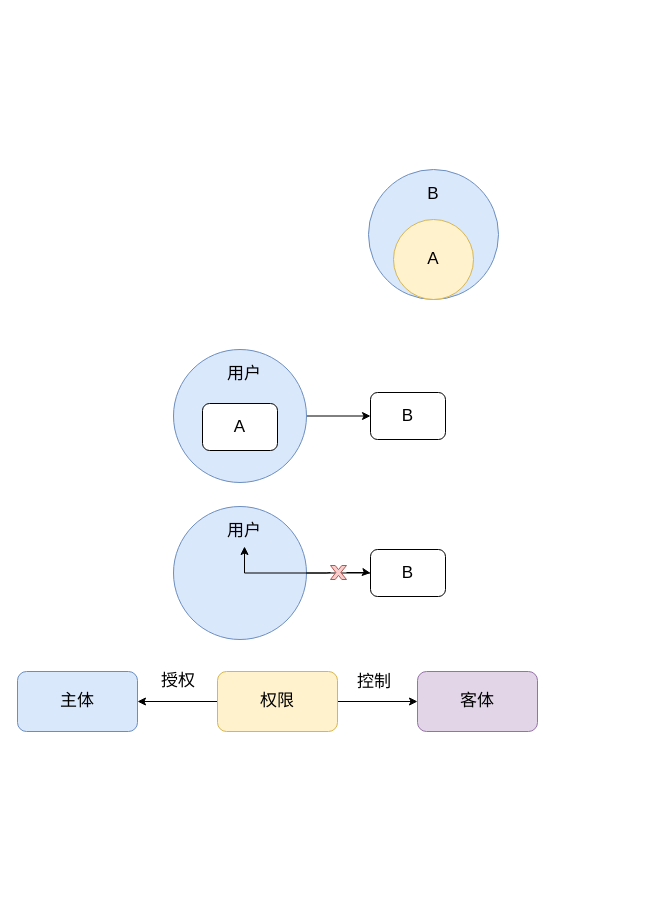
Before: page "第 1 页" (1 of 7) of 未命名绘图.drawio in monologueH/my-blog, a draw.io diagram. Source tidied: cells renumbered, new cells numbered last; positions are measured from the earlier drawing's top-left corner, leaving out a move shared by most shapes. Both pictures are drawn from the tidied source at 100%, with x=0, y=0 at pixel (17, 169).
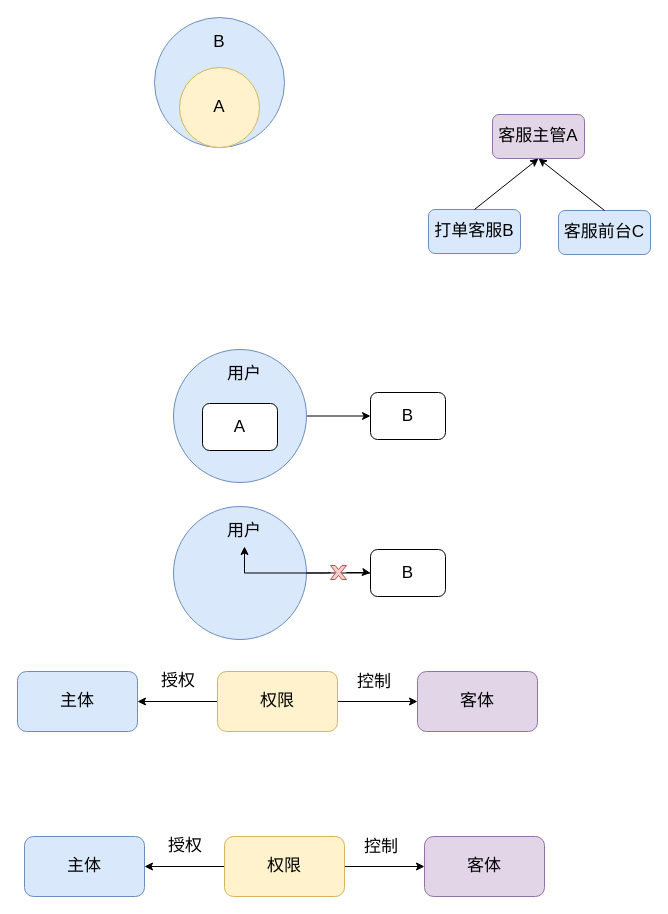
After the change.

Diff of the diagram source:
```diff
@@
     <mxCell id="2" style="ellipse;whiteSpace=wrap;html=1;fillColor=#dae8fc;strokeColor=#6c8ebf;" parent="1" vertex="1">
-      <mxGeometry x="351" width="130" height="130" as="geometry" />
+      <mxGeometry x="137" y="-152" width="130" height="130" as="geometry" />
     </mxCell>
     <mxCell id="3" style="ellipse;whiteSpace=wrap;html=1;fillColor=#fff2cc;strokeColor=#d6b656;" parent="1" vertex="1">
-      <mxGeometry x="376" y="50" width="80" height="80" as="geometry" />
+      <mxGeometry x="162" y="-102" width="80" height="80" as="geometry" />
     </mxCell>
     <mxCell id="4" value="A" style="text;html=1;strokeColor=none;fillColor=none;align=center;verticalAlign=middle;whiteSpace=wrap;rounded=0;fontSize=17;" parent="1" vertex="1">
-      <mxGeometry x="386" y="75" width="60" height="30" as="geometry" />
+      <mxGeometry x="172" y="-77" width="60" height="30" as="geometry" />
     </mxCell>
     <mxCell id="5" value="B" style="text;html=1;strokeColor=none;fillColor=none;align=center;verticalAlign=middle;whiteSpace=wrap;rounded=0;fontSize=17;" parent="1" vertex="1">
-      <mxGeometry x="386" y="10" width="60" height="30" as="geometry" />
+      <mxGeometry x="172" y="-142" width="60" height="30" as="geometry" />
     </mxCell>
@@
+    <mxCell id="25" value="客服主管A" style="rounded=1;whiteSpace=wrap;html=1;fontSize=17;fillColor=#e1d5e7;strokeColor=#9673a6;" parent="1" vertex="1">
+      <mxGeometry x="475" y="-55" width="92" height="44" as="geometry" />
+    </mxCell>
+    <mxCell id="26" value="打单客服B" style="rounded=1;whiteSpace=wrap;html=1;fontSize=17;fillColor=#dae8fc;strokeColor=#6c8ebf;" parent="1" vertex="1">
+      <mxGeometry x="411" y="40" width="92" height="44" as="geometry" />
+    </mxCell>
+    <mxCell id="27" style="endArrow=classic;html=1;rounded=0;exitX=0.5;exitY=0;exitDx=0;exitDy=0;entryX=0.5;entryY=1;entryDx=0;entryDy=0;" parent="1" edge="1" source="26" target="25">
+      <mxGeometry relative="1" as="geometry" />
+    </mxCell>
+    <mxCell id="28" value="客服前台C" style="rounded=1;whiteSpace=wrap;html=1;fontSize=17;fillColor=#dae8fc;strokeColor=#6c8ebf;" parent="1" vertex="1">
+      <mxGeometry x="541" y="41" width="92" height="44" as="geometry" />
+    </mxCell>
+    <mxCell id="29" style="endArrow=classic;html=1;rounded=0;exitX=0.5;exitY=0;exitDx=0;exitDy=0;entryX=0.5;entryY=1;entryDx=0;entryDy=0;" parent="1" edge="1" source="28" target="25">
+      <mxGeometry relative="1" as="geometry" />
+    </mxCell>
+    <mxCell id="30" style="edgeStyle=orthogonalEdgeStyle;rounded=0;jettySize=auto;html=1;fontSize=17;exitX=0;exitY=0.5;exitDx=0;exitDy=0;entryX=1;entryY=0.5;entryDx=0;entryDy=0;" parent="1" edge="1" source="33" target="31">
+      <mxGeometry relative="1" as="geometry" />
+    </mxCell>
+    <mxCell id="31" value="主体" style="rounded=1;whiteSpace=wrap;html=1;fontSize=17;fillColor=#dae8fc;strokeColor=#6c8ebf;" parent="1" vertex="1">
+      <mxGeometry x="7" y="667" width="120" height="60" as="geometry" />
+    </mxCell>
+    <mxCell id="32" style="edgeStyle=orthogonalEdgeStyle;rounded=0;jettySize=auto;html=1;fontSize=17;" parent="1" edge="1" source="33" target="34">
+      <mxGeometry relative="1" as="geometry" />
+    </mxCell>
+    <mxCell id="33" value="权限" style="whiteSpace=wrap;html=1;rounded=1;fontSize=17;fillColor=#fff2cc;strokeColor=#d6b656;" parent="1" vertex="1">
+      <mxGeometry x="207" y="667" width="120" height="60" as="geometry" />
+    </mxCell>
+    <mxCell id="34" value="客体" style="whiteSpace=wrap;html=1;rounded=1;fontSize=17;fillColor=#e1d5e7;strokeColor=#9673a6;" parent="1" vertex="1">
+      <mxGeometry x="407" y="667" width="120" height="60" as="geometry" />
+    </mxCell>
+    <mxCell id="35" value="控制" style="text;html=1;strokeColor=none;fillColor=none;align=center;verticalAlign=middle;whiteSpace=wrap;rounded=0;fontSize=17;" parent="1" vertex="1">
+      <mxGeometry x="334" y="663" width="60" height="30" as="geometry" />
+    </mxCell>
+    <mxCell id="36" value="授权" style="text;html=1;strokeColor=none;fillColor=none;align=center;verticalAlign=middle;whiteSpace=wrap;rounded=0;fontSize=17;" parent="1" vertex="1">
+      <mxGeometry x="130" y="662" width="76" height="30" as="geometry" />
+    </mxCell>
```
